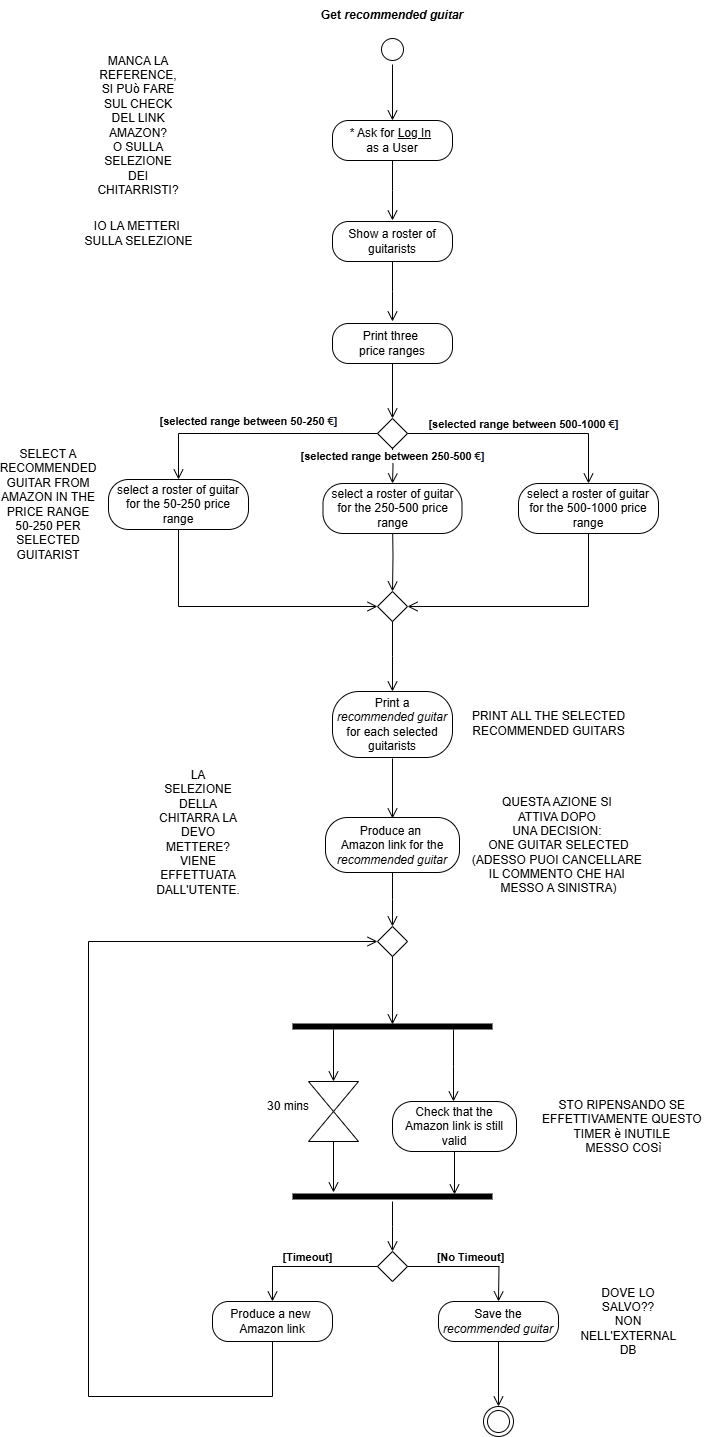
This is ActivityDiagramM.drawio.png from TizianoLilli/ISPW-Project, a draw.io export, as it was before one commit. Source tidied: cells renumbered, new cells last; positions are measured from the earlier drawing's top-left corner, leaving out a move shared by most shapes.
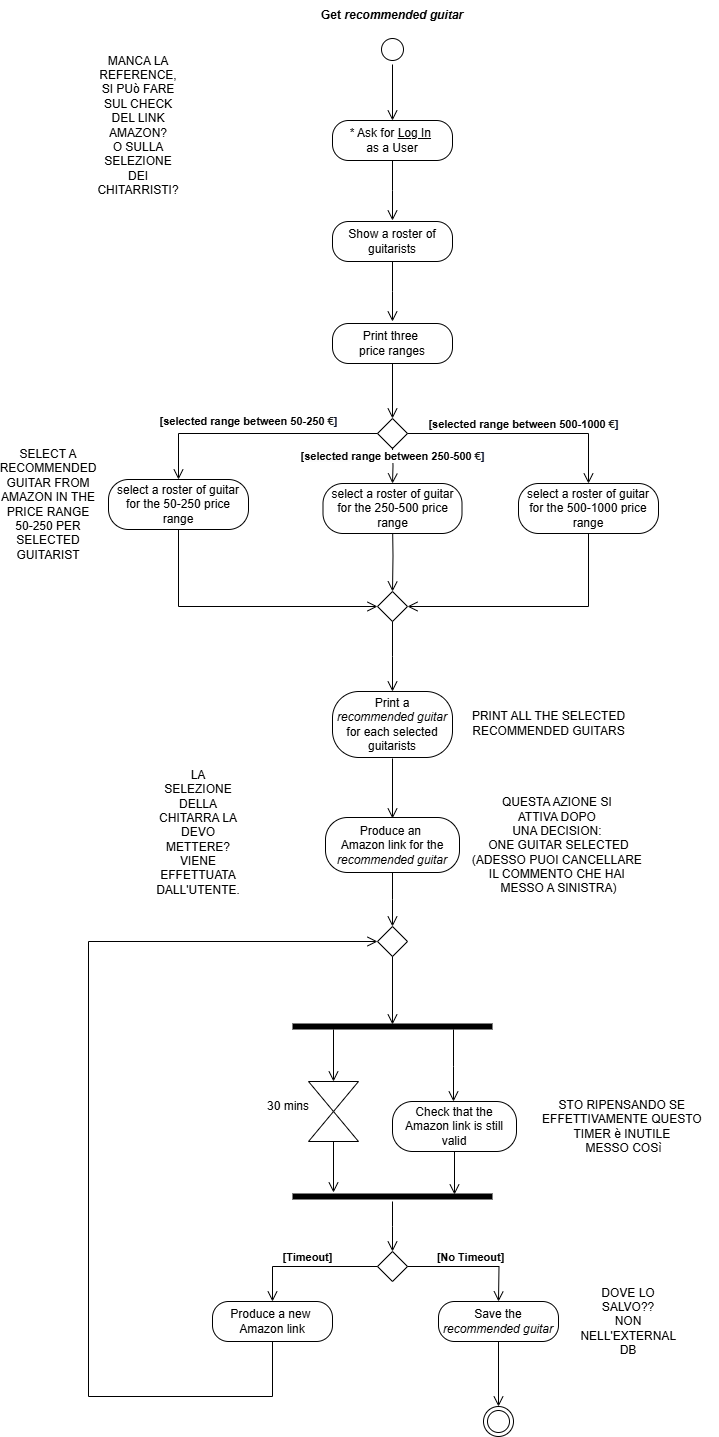
Later version of the same file.

Diff of the diagram source:
```diff
@@ -206,8 +206,5 @@
     <mxCell id="54" value="QUESTA AZIONE SI&amp;nbsp;&lt;div&gt;ATTIVA DOPO&amp;nbsp;&lt;/div&gt;&lt;div&gt;UNA DECISION:&amp;nbsp;&lt;/div&gt;&lt;div&gt;ONE GUITAR SELECTED&lt;/div&gt;&lt;div&gt;(ADESSO PUOI CANCELLARE&amp;nbsp;&lt;/div&gt;&lt;div&gt;IL COMMENTO CHE HAI&amp;nbsp;&lt;/div&gt;&lt;div&gt;MESSO A SINISTRA)&lt;/div&gt;" style="text;html=1;align=center;verticalAlign=middle;strokeColor=none;fillColor=none;" parent="1" vertex="1">
       <mxGeometry x="440" y="789.5" width="200" height="110" as="geometry" />
     </mxCell>
-    <mxCell id="55" value="IO LA METTERI&amp;nbsp;&lt;div&gt;SULLA SELEZIONE&lt;/div&gt;" style="text;html=1;align=center;verticalAlign=middle;strokeColor=none;fillColor=none;" parent="1" vertex="1">
-      <mxGeometry x="55" y="213" width="130" height="40" as="geometry" />
-    </mxCell>
   </root>
 </mxGraphModel>
```
